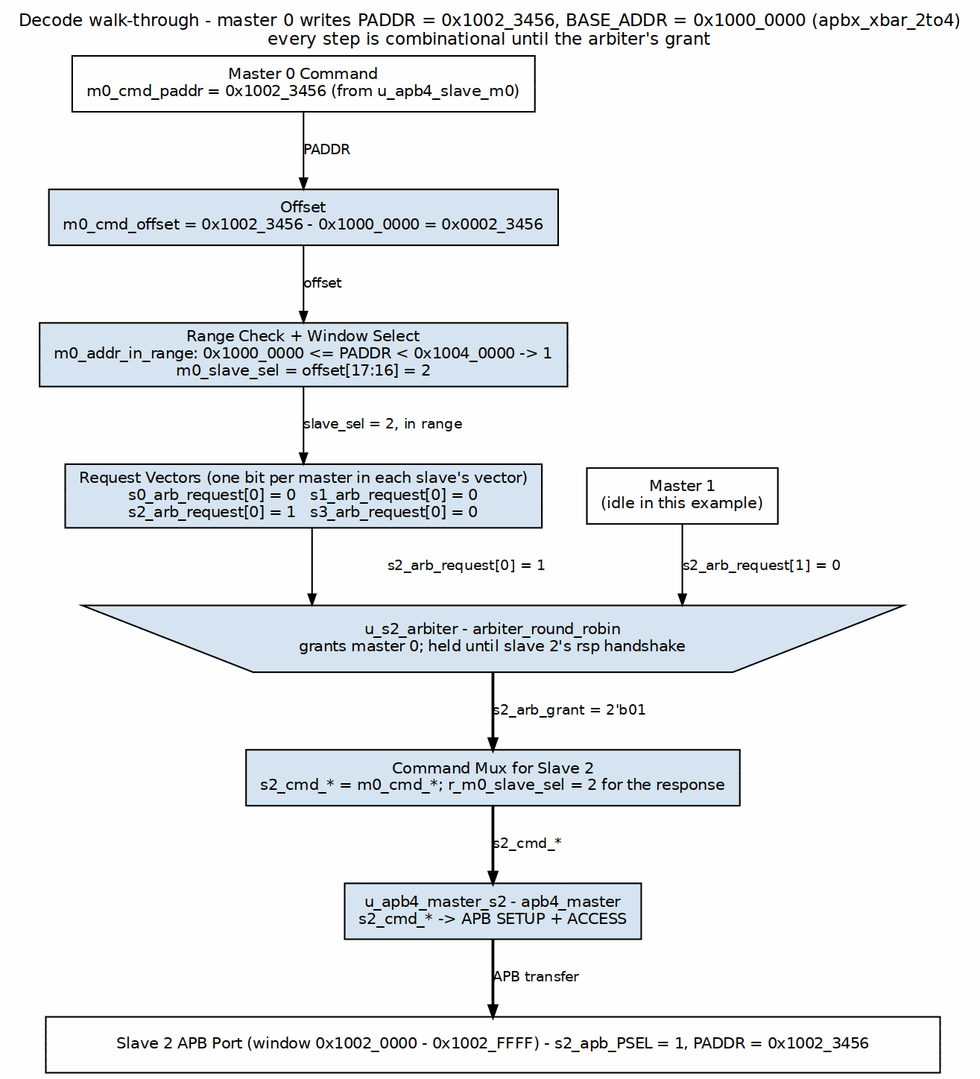
sean-galloway/RTLDesignSherpa keeps this Graphviz diagram as projects/components/fabric-gen-ip/lattice-apbx-xbar/docs/lattice_mas/assets/graphviz/address_decode_flow.png. Above is the earlier version. Its source is kept beside it as projects/components/fabric-gen-ip/lattice-apbx-xbar/docs/lattice_mas/assets/graphviz/address_decode_flow.dot.
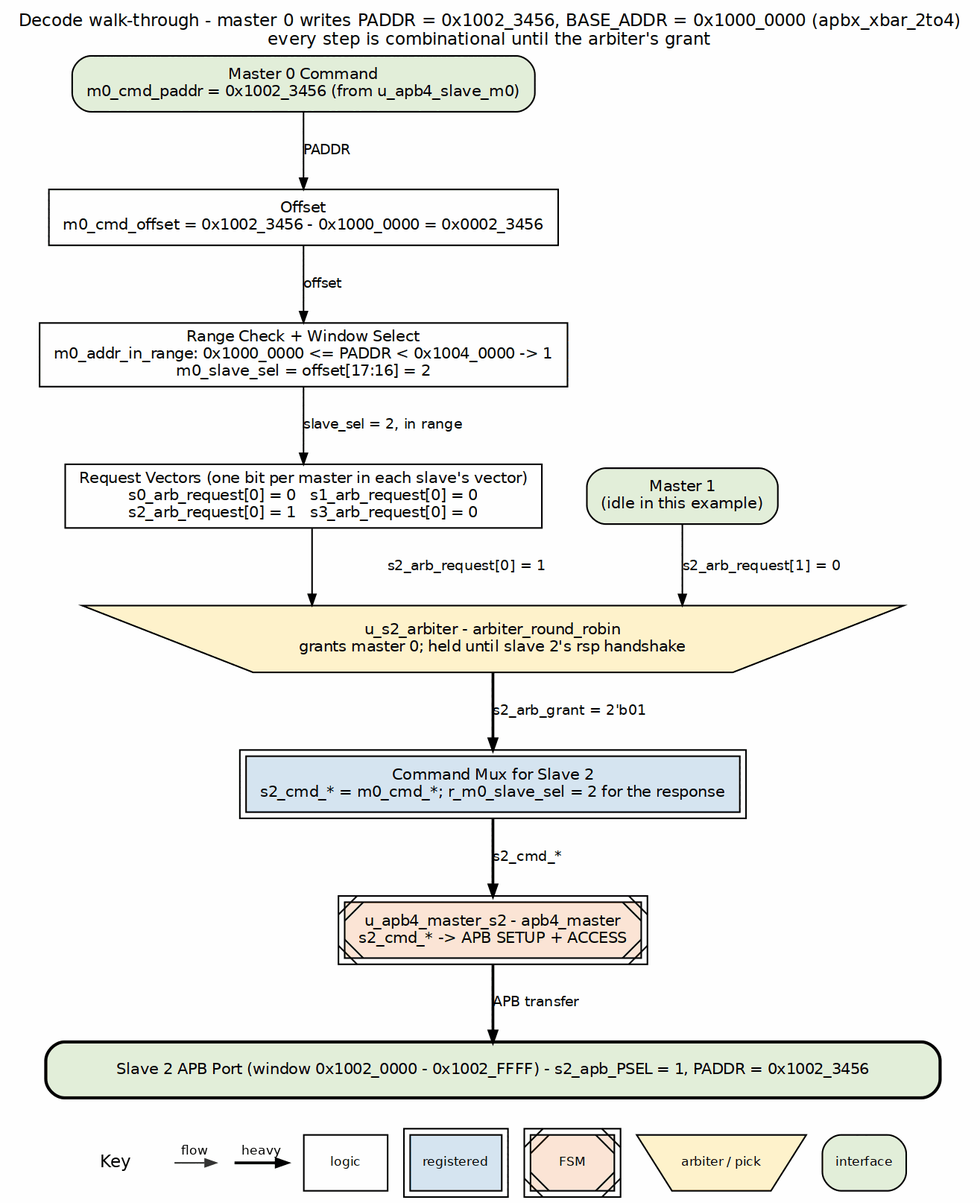
The same diagram one commit later.

The edit, as a diff of the source:
```diff
@@ -3,19 +3,19 @@
            nodesep="0.40", ranksep="0.55", splines=ortho, labelloc=t,
            label="Decode walk-through - master 0 writes PADDR = 0x1002_3456, BASE_ADDR = 0x1000_0000 (apbx_xbar_2to4)\nevery step is combinational until the arbiter's grant"];
     node  [fontname="Helvetica", fontsize=10, shape=box, style=filled,
-           fillcolor="#D6E4F0", color="black", margin="0.12,0.06"];
+           fillcolor="white", color="black", margin="0.12,0.06"];
     edge  [fontname="Helvetica", fontsize=9, color="black", arrowsize=0.7];
 
-    pa  [label="Master 0 Command\nm0_cmd_paddr = 0x1002_3456 (from u_apb4_slave_m0)", fillcolor="white"];
-    off [label="Offset\nm0_cmd_offset = 0x1002_3456 - 0x1000_0000 = 0x0002_3456"];
-    rng [label="Range Check + Window Select\nm0_addr_in_range: 0x1000_0000 <= PADDR < 0x1004_0000 -> 1\nm0_slave_sel = offset[17:16] = 2"];
-    req [label="Request Vectors (one bit per master in each slave's vector)\ns0_arb_request[0] = 0   s1_arb_request[0] = 0\ns2_arb_request[0] = 1   s3_arb_request[0] = 0"];
-    m1  [label="Master 1\n(idle in this example)", fillcolor="white"];
+    pa  [label="Master 0 Command\nm0_cmd_paddr = 0x1002_3456 (from u_apb4_slave_m0)", fillcolor="white", style="rounded,filled", fillcolor="#E2EFDA"];
+    off [label="Offset\nm0_cmd_offset = 0x1002_3456 - 0x1000_0000 = 0x0002_3456", style="filled", fillcolor="white"];
+    rng [label="Range Check + Window Select\nm0_addr_in_range: 0x1000_0000 <= PADDR < 0x1004_0000 -> 1\nm0_slave_sel = offset[17:16] = 2", style="filled", fillcolor="white"];
+    req [label="Request Vectors (one bit per master in each slave's vector)\ns0_arb_request[0] = 0   s1_arb_request[0] = 0\ns2_arb_request[0] = 1   s3_arb_request[0] = 0", style="filled", fillcolor="white"];
+    m1  [label="Master 1\n(idle in this example)", fillcolor="white", style="rounded,filled", fillcolor="#E2EFDA"];
     { rank=same; req; m1; }
-    arb [label="u_s2_arbiter - arbiter_round_robin\ngrants master 0; held until slave 2's rsp handshake", shape=invtrapezium, width=5.4, height=0.6];
-    mux [label="Command Mux for Slave 2\ns2_cmd_* = m0_cmd_*; r_m0_slave_sel = 2 for the response"];
-    sm  [label="u_apb4_master_s2 - apb4_master\ns2_cmd_* -> APB SETUP + ACCESS"];
-    bar [label="Slave 2 APB Port (window 0x1002_0000 - 0x1002_FFFF) - s2_apb_PSEL = 1, PADDR = 0x1002_3456", fillcolor="white", width=8];
+    arb [label="u_s2_arbiter - arbiter_round_robin\ngrants master 0; held until slave 2's rsp handshake", shape=invtrapezium, width=5.4, height=0.6, style="filled", fillcolor="#FFF2CC"];
+    mux [label="Command Mux for Slave 2\ns2_cmd_* = m0_cmd_*; r_m0_slave_sel = 2 for the response", peripheries=2, style="filled", fillcolor="#D6E4F0"];
+    sm  [label="u_apb4_master_s2 - apb4_master\ns2_cmd_* -> APB SETUP + ACCESS", peripheries=2, style="filled,diagonals", fillcolor="#FCE4D6"];
+    bar [label="Slave 2 APB Port (window 0x1002_0000 - 0x1002_FFFF) - s2_apb_PSEL = 1, PADDR = 0x1002_3456", fillcolor="white", width=8, style="rounded,filled,bold", fillcolor="#E2EFDA"];
 
     pa -> off [label="PADDR"];
     off -> rng [label="offset"];
```
